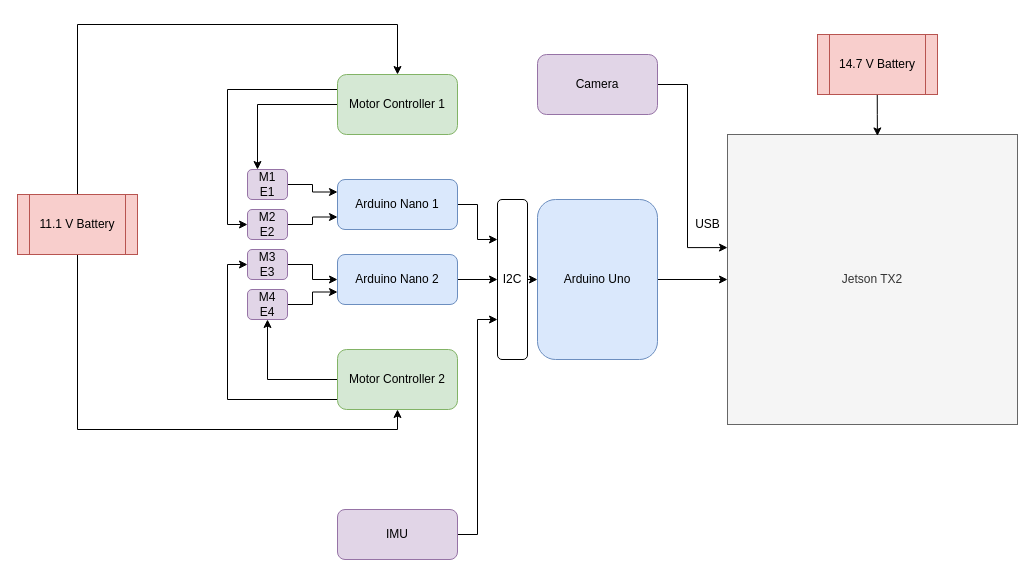
Earlier version of the draw.io diagram doc/Hardware Architecture.drawio (BaoqianWang/MobileRobotNavigation). Source tidied: cells renumbered, new cells numbered last; positions are measured from the earlier drawing's top-left corner, leaving out a move shared by most shapes. Both pictures are drawn from the tidied source at 100%, with x=0, y=0 at pixel (17, 24).
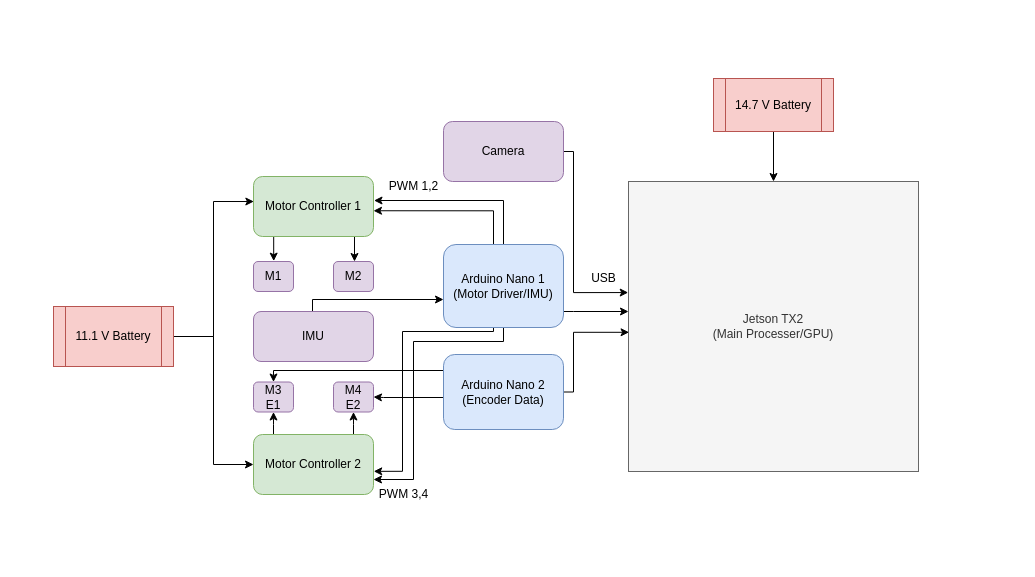
After the change.

Commit message (it also covers changes not shown here):
Hardware diagram update

Change to the diagram source:
```diff
@@
-    <mxCell id="2" style="edgeStyle=orthogonalEdgeStyle;rounded=0;jettySize=auto;html=1;entryX=0.25;entryY=1;entryDx=0;entryDy=0;comic=0;shadow=0;" parent="1" edge="1" source="3" target="17">
-      <mxGeometry relative="1" as="geometry" />
-    </mxCell>
+    <mxCell id="35" style="edgeStyle=orthogonalEdgeStyle;rounded=0;jettySize=auto;html=1;entryX=1;entryY=0.5;entryDx=0;entryDy=0;" parent="1" edge="1" source="3" target="13">
+      <mxGeometry relative="1" as="geometry">
+        <Array as="points">
+          <mxPoint x="366" y="373" />
+          <mxPoint x="366" y="373" />
+        </Array>
+      </mxGeometry>
+    </mxCell>
+    <mxCell id="36" style="edgeStyle=orthogonalEdgeStyle;rounded=0;jettySize=auto;html=1;" parent="1" edge="1" source="3" target="9">
+      <mxGeometry relative="1" as="geometry">
+        <Array as="points">
+          <mxPoint x="256" y="346" />
+        </Array>
+      </mxGeometry>
+    </mxCell>
+    <mxCell id="37" style="edgeStyle=orthogonalEdgeStyle;rounded=0;jettySize=auto;html=1;entryX=0.002;entryY=0.52;entryDx=0;entryDy=0;entryPerimeter=0;" parent="1" edge="1" source="3" target="20">
+      <mxGeometry relative="1" as="geometry">
+        <Array as="points">
+          <mxPoint x="556" y="368" />
+          <mxPoint x="556" y="308" />
+        </Array>
+      </mxGeometry>
+    </mxCell>
-    <mxCell id="3" value="Arduino Nano 1" style="rounded=1;whiteSpace=wrap;html=1;fontSize=12;glass=0;strokeWidth=1;shadow=0;fillColor=#dae8fc;strokeColor=#6c8ebf;comic=0;" parent="1" vertex="1">
-      <mxGeometry x="320" y="155" width="120" height="50" as="geometry" />
+    <mxCell id="3" value="Arduino Nano 2&lt;br&gt;(Encoder Data)" style="rounded=1;whiteSpace=wrap;html=1;fontSize=12;glass=0;strokeWidth=1;shadow=0;fillColor=#dae8fc;strokeColor=#6c8ebf;comic=0;" parent="1" vertex="1">
+      <mxGeometry x="426" y="330" width="120" height="75" as="geometry" />
     </mxCell>
-    <mxCell id="4" style="edgeStyle=orthogonalEdgeStyle;rounded=0;jettySize=auto;html=1;entryX=0.5;entryY=1;entryDx=0;entryDy=0;comic=0;shadow=0;" parent="1" edge="1" source="5" target="17">
-      <mxGeometry relative="1" as="geometry" />
-    </mxCell>
+    <mxCell id="38" style="edgeStyle=orthogonalEdgeStyle;rounded=0;jettySize=auto;html=1;" parent="1" edge="1" source="5" target="20">
+      <mxGeometry relative="1" as="geometry">
+        <Array as="points">
+          <mxPoint x="556" y="287" />
+          <mxPoint x="556" y="287" />
+        </Array>
+      </mxGeometry>
+    </mxCell>
+    <mxCell id="39" style="edgeStyle=orthogonalEdgeStyle;rounded=0;orthogonalLoop=1;jettySize=auto;html=1;entryX=1.004;entryY=0.373;entryDx=0;entryDy=0;entryPerimeter=0;" parent="1" edge="1">
+      <mxGeometry relative="1" as="geometry">
+        <mxPoint x="486" y="221.6" as="sourcePoint" />
+        <mxPoint x="356.5" y="176" as="targetPoint" />
+        <Array as="points">
+          <mxPoint x="486" y="175.6" />
+        </Array>
+      </mxGeometry>
+    </mxCell>
+    <mxCell id="40" style="edgeStyle=orthogonalEdgeStyle;rounded=0;jettySize=auto;html=1;entryX=1;entryY=0.571;entryDx=0;entryDy=0;entryPerimeter=0;" parent="1" edge="1" source="5" target="27">
+      <mxGeometry relative="1" as="geometry">
+        <Array as="points">
+          <mxPoint x="476" y="186" />
+        </Array>
+      </mxGeometry>
+    </mxCell>
+    <mxCell id="41" style="edgeStyle=orthogonalEdgeStyle;rounded=0;jettySize=auto;html=1;entryX=1;entryY=0.75;entryDx=0;entryDy=0;" parent="1" edge="1" source="5" target="24">
+      <mxGeometry relative="1" as="geometry">
+        <Array as="points">
+          <mxPoint x="486" y="317" />
+          <mxPoint x="396" y="317" />
+          <mxPoint x="396" y="455" />
+        </Array>
+      </mxGeometry>
+    </mxCell>
+    <mxCell id="42" style="edgeStyle=orthogonalEdgeStyle;rounded=0;jettySize=auto;html=1;entryX=1.002;entryY=0.614;entryDx=0;entryDy=0;entryPerimeter=0;" parent="1" edge="1" source="5" target="24">
+      <mxGeometry relative="1" as="geometry">
+        <Array as="points">
+          <mxPoint x="476" y="307" />
+          <mxPoint x="385" y="307" />
+          <mxPoint x="385" y="447" />
+        </Array>
+      </mxGeometry>
+    </mxCell>
-    <mxCell id="5" value="Arduino Nano 2" style="rounded=1;whiteSpace=wrap;html=1;fontSize=12;glass=0;strokeWidth=1;shadow=0;fillColor=#dae8fc;strokeColor=#6c8ebf;comic=0;" parent="1" vertex="1">
-      <mxGeometry x="320" y="230" width="120" height="50" as="geometry" />
+    <mxCell id="5" value="Arduino Nano 1&lt;br&gt;(Motor Driver/IMU)" style="rounded=1;whiteSpace=wrap;html=1;fontSize=12;glass=0;strokeWidth=1;shadow=0;fillColor=#dae8fc;strokeColor=#6c8ebf;comic=0;" parent="1" vertex="1">
+      <mxGeometry x="426" y="220" width="120" height="83" as="geometry" />
     </mxCell>
-    <mxCell id="6" style="edgeStyle=orthogonalEdgeStyle;rounded=0;jettySize=auto;html=1;entryX=0;entryY=0.25;entryDx=0;entryDy=0;comic=0;shadow=0;" parent="1" edge="1" source="7" target="3">
-      <mxGeometry relative="1" as="geometry" />
-    </mxCell>
-    <mxCell id="7" value="M1&lt;br&gt;E1" style="rounded=1;whiteSpace=wrap;html=1;fillColor=#e1d5e7;strokeColor=#9673a6;comic=0;shadow=0;" parent="1" vertex="1">
-      <mxGeometry x="230" y="145" width="40" height="30" as="geometry" />
+    <mxCell id="7" value="M1&lt;br&gt;" style="rounded=1;whiteSpace=wrap;html=1;fillColor=#e1d5e7;strokeColor=#9673a6;comic=0;shadow=0;" parent="1" vertex="1">
+      <mxGeometry x="236" y="237" width="40" height="30" as="geometry" />
     </mxCell>
-    <mxCell id="8" style="edgeStyle=orthogonalEdgeStyle;rounded=0;jettySize=auto;html=1;entryX=0;entryY=0.5;entryDx=0;entryDy=0;comic=0;shadow=0;" parent="1" edge="1" source="9" target="5">
-      <mxGeometry relative="1" as="geometry" />
-    </mxCell>
-    <mxCell id="9" value="M3&lt;br&gt;E3" style="rounded=1;whiteSpace=wrap;html=1;fillColor=#e1d5e7;strokeColor=#9673a6;comic=0;shadow=0;" parent="1" vertex="1">
-      <mxGeometry x="230" y="225" width="40" height="30" as="geometry" />
+    <mxCell id="9" value="M3&lt;br&gt;E1" style="rounded=1;whiteSpace=wrap;html=1;fillColor=#e1d5e7;strokeColor=#9673a6;comic=0;shadow=0;" parent="1" vertex="1">
+      <mxGeometry x="236" y="357.5" width="40" height="30" as="geometry" />
     </mxCell>
-    <mxCell id="10" style="edgeStyle=orthogonalEdgeStyle;rounded=0;jettySize=auto;html=1;entryX=0;entryY=0.75;entryDx=0;entryDy=0;comic=0;shadow=0;" parent="1" edge="1" source="11" target="3">
-      <mxGeometry relative="1" as="geometry" />
-    </mxCell>
-    <mxCell id="11" value="M2&lt;br&gt;E2" style="rounded=1;whiteSpace=wrap;html=1;fillColor=#e1d5e7;strokeColor=#9673a6;comic=0;shadow=0;" parent="1" vertex="1">
-      <mxGeometry x="230" y="185" width="40" height="30" as="geometry" />
+    <mxCell id="11" value="M2" style="rounded=1;whiteSpace=wrap;html=1;fillColor=#e1d5e7;strokeColor=#9673a6;comic=0;shadow=0;" parent="1" vertex="1">
+      <mxGeometry x="316" y="237" width="40" height="30" as="geometry" />
     </mxCell>
-    <mxCell id="12" style="edgeStyle=orthogonalEdgeStyle;rounded=0;jettySize=auto;html=1;entryX=0;entryY=0.75;entryDx=0;entryDy=0;comic=0;shadow=0;" parent="1" edge="1" source="13" target="5">
-      <mxGeometry relative="1" as="geometry" />
-    </mxCell>
-    <mxCell id="13" value="M4&lt;br&gt;E4" style="rounded=1;whiteSpace=wrap;html=1;fillColor=#e1d5e7;strokeColor=#9673a6;comic=0;shadow=0;" parent="1" vertex="1">
-      <mxGeometry x="230" y="265" width="40" height="30" as="geometry" />
+    <mxCell id="13" value="M4&lt;br&gt;E2" style="rounded=1;whiteSpace=wrap;html=1;fillColor=#e1d5e7;strokeColor=#9673a6;comic=0;shadow=0;" parent="1" vertex="1">
+      <mxGeometry x="316" y="357.5" width="40" height="30" as="geometry" />
     </mxCell>
-    <mxCell id="14" style="edgeStyle=orthogonalEdgeStyle;rounded=0;jettySize=auto;html=1;exitX=1;exitY=0.5;exitDx=0;exitDy=0;entryX=0;entryY=0.5;entryDx=0;entryDy=0;comic=0;shadow=0;" parent="1" edge="1" source="15" target="20">
-      <mxGeometry relative="1" as="geometry" />
-    </mxCell>
-    <mxCell id="15" value="Arduino Uno" style="rounded=1;whiteSpace=wrap;html=1;fillColor=#dae8fc;strokeColor=#6c8ebf;comic=0;shadow=0;" parent="1" vertex="1">
-      <mxGeometry x="520" y="175" width="120" height="160" as="geometry" />
-    </mxCell>
-    <mxCell id="16" style="edgeStyle=orthogonalEdgeStyle;rounded=0;jettySize=auto;html=1;exitX=0.5;exitY=0;exitDx=0;exitDy=0;entryX=0;entryY=0.5;entryDx=0;entryDy=0;comic=0;shadow=0;" parent="1" edge="1" source="17" target="15">
-      <mxGeometry relative="1" as="geometry" />
-    </mxCell>
-    <mxCell id="17" value="I2C" style="rounded=1;whiteSpace=wrap;html=1;direction=south;comic=0;shadow=0;" parent="1" vertex="1">
-      <mxGeometry x="480" y="175" width="30" height="160" as="geometry" />
-    </mxCell>
-    <mxCell id="18" style="edgeStyle=orthogonalEdgeStyle;rounded=0;jettySize=auto;html=1;entryX=0.75;entryY=1;entryDx=0;entryDy=0;comic=0;shadow=0;" parent="1" edge="1" source="19" target="17">
-      <mxGeometry relative="1" as="geometry" />
-    </mxCell>
+    <mxCell id="43" style="edgeStyle=orthogonalEdgeStyle;rounded=0;jettySize=auto;html=1;" parent="1" edge="1" target="5">
+      <mxGeometry relative="1" as="geometry">
+        <mxPoint x="295" y="290.3" as="sourcePoint" />
+        <Array as="points">
+          <mxPoint x="295" y="275" />
+        </Array>
+      </mxGeometry>
+    </mxCell>
     <mxCell id="19" value="IMU" style="rounded=1;whiteSpace=wrap;html=1;fontSize=12;glass=0;strokeWidth=1;shadow=0;fillColor=#e1d5e7;strokeColor=#9673a6;comic=0;" parent="1" vertex="1">
-      <mxGeometry x="320" y="485" width="120" height="50" as="geometry" />
+      <mxGeometry x="236" y="287" width="120" height="50" as="geometry" />
     </mxCell>
-    <mxCell id="20" value="Jetson TX2" style="whiteSpace=wrap;html=1;fillColor=#f5f5f5;strokeColor=#666666;fontColor=#333333;comic=0;shadow=0;" parent="1" vertex="1">
-      <mxGeometry x="710" y="110" width="290" height="290" as="geometry" />
+    <mxCell id="20" value="Jetson TX2&lt;br&gt;(Main Processer/GPU)" style="whiteSpace=wrap;html=1;fillColor=#f5f5f5;strokeColor=#666666;fontColor=#333333;comic=0;shadow=0;" parent="1" vertex="1">
+      <mxGeometry x="611" y="157" width="290" height="290" as="geometry" />
     </mxCell>
     <mxCell id="21" value="USB" style="text;html=1;align=center;verticalAlign=middle;comic=0;shadow=0;" parent="1" vertex="1">
-      <mxGeometry x="670" y="190" width="40" height="20" as="geometry" />
+      <mxGeometry x="566" y="244" width="40" height="20" as="geometry" />
     </mxCell>
-    <mxCell id="22" style="edgeStyle=orthogonalEdgeStyle;rounded=0;jettySize=auto;html=1;exitX=0;exitY=0.5;exitDx=0;exitDy=0;entryX=0.5;entryY=1;entryDx=0;entryDy=0;comic=0;shadow=0;" parent="1" edge="1" source="24" target="13">
-      <mxGeometry relative="1" as="geometry" />
+    <mxCell id="22" style="edgeStyle=orthogonalEdgeStyle;rounded=0;jettySize=auto;html=1;entryX=0.5;entryY=1;entryDx=0;entryDy=0;" parent="1" edge="1" source="24" target="13">
+      <mxGeometry relative="1" as="geometry">
+        <Array as="points">
+          <mxPoint x="336" y="400" />
+          <mxPoint x="336" y="400" />
+        </Array>
+      </mxGeometry>
     </mxCell>
-    <mxCell id="23" style="edgeStyle=orthogonalEdgeStyle;rounded=0;jettySize=auto;html=1;entryX=0;entryY=0.5;entryDx=0;entryDy=0;comic=0;shadow=0;" parent="1" edge="1" source="24" target="9">
+    <mxCell id="23" style="edgeStyle=orthogonalEdgeStyle;rounded=0;jettySize=auto;html=1;entryX=0.5;entryY=1;entryDx=0;entryDy=0;" parent="1" edge="1" source="24" target="9">
       <mxGeometry relative="1" as="geometry">
         <Array as="points">
-          <mxPoint x="210" y="375" />
-          <mxPoint x="210" y="240" />
+          <mxPoint x="256" y="400" />
+          <mxPoint x="256" y="400" />
         </Array>
       </mxGeometry>
     </mxCell>
     <mxCell id="24" value="Motor Controller 2" style="rounded=1;whiteSpace=wrap;html=1;fillColor=#d5e8d4;strokeColor=#82b366;comic=0;shadow=0;" parent="1" vertex="1">
-      <mxGeometry x="320" y="325" width="120" height="60" as="geometry" />
+      <mxGeometry x="236" y="410" width="120" height="60" as="geometry" />
     </mxCell>
+    <mxCell id="26" style="edgeStyle=orthogonalEdgeStyle;rounded=0;jettySize=auto;html=1;" parent="1" edge="1" source="27" target="11">
+      <mxGeometry relative="1" as="geometry">
+        <Array as="points">
+          <mxPoint x="337" y="232" />
+          <mxPoint x="337" y="232" />
+        </Array>
+      </mxGeometry>
+    </mxCell>
-    <mxCell id="25" style="edgeStyle=orthogonalEdgeStyle;rounded=0;jettySize=auto;html=1;entryX=0.25;entryY=0;entryDx=0;entryDy=0;comic=0;shadow=0;" parent="1" edge="1" source="27" target="7">
-      <mxGeometry relative="1" as="geometry" />
+    <mxCell id="25" style="edgeStyle=orthogonalEdgeStyle;rounded=0;jettySize=auto;html=1;entryX=0.506;entryY=-0.012;entryDx=0;entryDy=0;entryPerimeter=0;" parent="1" edge="1" source="27" target="7">
+      <mxGeometry relative="1" as="geometry">
+        <Array as="points">
+          <mxPoint x="256" y="232" />
+        </Array>
+      </mxGeometry>
     </mxCell>
-    <mxCell id="26" style="edgeStyle=orthogonalEdgeStyle;rounded=0;jettySize=auto;html=1;entryX=0;entryY=0.5;entryDx=0;entryDy=0;comic=0;shadow=0;" parent="1" edge="1" source="27" target="11">
-      <mxGeometry relative="1" as="geometry">
-        <Array as="points">
-          <mxPoint x="210" y="65" />
-          <mxPoint x="210" y="200" />
-        </Array>
-      </mxGeometry>
-    </mxCell>
     <mxCell id="27" value="Motor Controller 1" style="rounded=1;whiteSpace=wrap;html=1;fillColor=#d5e8d4;strokeColor=#82b366;comic=0;shadow=0;" parent="1" vertex="1">
-      <mxGeometry x="320" y="50" width="120" height="60" as="geometry" />
+      <mxGeometry x="236" y="152" width="120" height="60" as="geometry" />
     </mxCell>
-    <mxCell id="28" style="edgeStyle=orthogonalEdgeStyle;rounded=0;jettySize=auto;html=1;entryX=0.517;entryY=0.005;entryDx=0;entryDy=0;entryPerimeter=0;exitX=0.498;exitY=1.004;exitDx=0;exitDy=0;exitPerimeter=0;comic=0;shadow=0;" parent="1" edge="1" source="29" target="20">
-      <mxGeometry relative="1" as="geometry">
-        <Array as="points">
-          <mxPoint x="860" y="90" />
-          <mxPoint x="860" y="90" />
-        </Array>
-      </mxGeometry>
+    <mxCell id="28" style="edgeStyle=orthogonalEdgeStyle;rounded=0;jettySize=auto;html=1;entryX=0.5;entryY=0;entryDx=0;entryDy=0;" parent="1" edge="1" source="29" target="20">
+      <mxGeometry relative="1" as="geometry" />
     </mxCell>
     <mxCell id="29" value="14.7 V Battery" style="shape=process;whiteSpace=wrap;html=1;backgroundOutline=1;fillColor=#f8cecc;strokeColor=#b85450;comic=0;shadow=0;" parent="1" vertex="1">
-      <mxGeometry x="800" y="10" width="120" height="60" as="geometry" />
+      <mxGeometry x="696" y="54" width="120" height="53" as="geometry" />
     </mxCell>
-    <mxCell id="30" style="edgeStyle=orthogonalEdgeStyle;rounded=0;jettySize=auto;html=1;entryX=0;entryY=0.39;entryDx=0;entryDy=0;entryPerimeter=0;comic=0;shadow=0;" parent="1" edge="1" source="31" target="20">
+    <mxCell id="30" style="edgeStyle=orthogonalEdgeStyle;rounded=0;jettySize=auto;html=1;entryX=-0.001;entryY=0.383;entryDx=0;entryDy=0;entryPerimeter=0;" parent="1" edge="1" source="31" target="20">
       <mxGeometry relative="1" as="geometry">
         <Array as="points">
-          <mxPoint x="670" y="60" />
-          <mxPoint x="670" y="223" />
+          <mxPoint x="556" y="127" />
+          <mxPoint x="556" y="268" />
         </Array>
       </mxGeometry>
     </mxCell>
     <mxCell id="31" value="Camera" style="rounded=1;whiteSpace=wrap;html=1;fillColor=#e1d5e7;strokeColor=#9673a6;comic=0;shadow=0;" parent="1" vertex="1">
-      <mxGeometry x="520" y="30" width="120" height="60" as="geometry" />
+      <mxGeometry x="426" y="97" width="120" height="60" as="geometry" />
     </mxCell>
-    <mxCell id="32" style="edgeStyle=orthogonalEdgeStyle;rounded=0;jettySize=auto;html=1;entryX=0.5;entryY=0;entryDx=0;entryDy=0;comic=0;shadow=0;" parent="1" edge="1" source="34" target="27">
+    <mxCell id="32" style="edgeStyle=orthogonalEdgeStyle;rounded=0;jettySize=auto;html=1;entryX=0.003;entryY=0.417;entryDx=0;entryDy=0;entryPerimeter=0;exitX=1;exitY=0.5;exitDx=0;exitDy=0;" parent="1" edge="1" source="34" target="27">
       <mxGeometry relative="1" as="geometry">
         <Array as="points">
-          <mxPoint x="380" />
+          <mxPoint x="196" y="312" />
+          <mxPoint x="196" y="177" />
         </Array>
       </mxGeometry>
     </mxCell>
-    <mxCell id="33" style="edgeStyle=orthogonalEdgeStyle;rounded=0;jettySize=auto;html=1;entryX=0.5;entryY=1;entryDx=0;entryDy=0;exitX=0.5;exitY=1;exitDx=0;exitDy=0;comic=0;shadow=0;" parent="1" edge="1" source="34" target="24">
-      <mxGeometry relative="1" as="geometry">
-        <Array as="points">
-          <mxPoint x="60" y="405" />
-          <mxPoint x="380" y="405" />
-        </Array>
-      </mxGeometry>
+    <mxCell id="33" style="edgeStyle=orthogonalEdgeStyle;rounded=0;jettySize=auto;html=1;entryX=0;entryY=0.5;entryDx=0;entryDy=0;" parent="1" edge="1" source="34" target="24">
+      <mxGeometry relative="1" as="geometry" />
     </mxCell>
     <mxCell id="34" value="11.1 V Battery" style="shape=process;whiteSpace=wrap;html=1;backgroundOutline=1;fillColor=#f8cecc;strokeColor=#b85450;comic=0;shadow=0;" parent="1" vertex="1">
-      <mxGeometry y="170" width="120" height="60" as="geometry" />
+      <mxGeometry x="36" y="282" width="120" height="60" as="geometry" />
     </mxCell>
+    <mxCell id="44" value="PWM 3,4" style="text;html=1;align=center;verticalAlign=middle;comic=0;shadow=0;" parent="1" vertex="1">
+      <mxGeometry x="356" y="460" width="60" height="20" as="geometry" />
+    </mxCell>
+    <mxCell id="45" value="PWM 1,2" style="text;html=1;align=center;verticalAlign=middle;comic=0;shadow=0;" parent="1" vertex="1">
+      <mxGeometry x="366" y="152" width="60" height="20" as="geometry" />
+    </mxCell>
```
